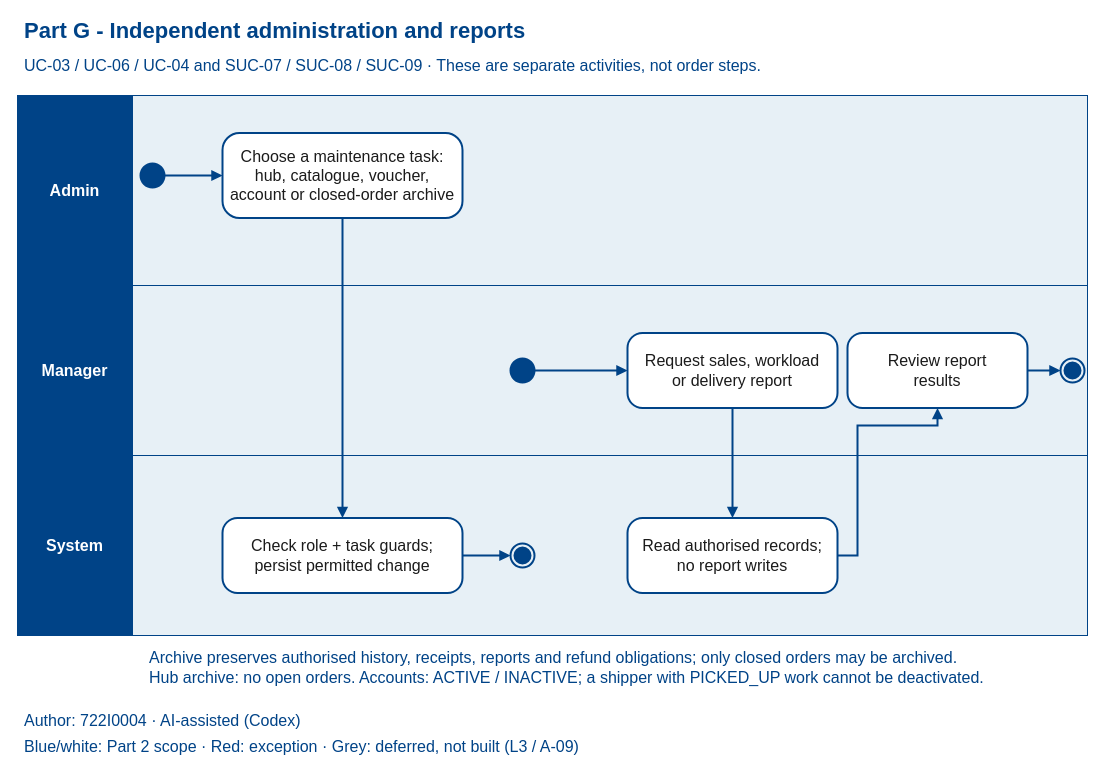
Before: page "Part G - Independent administration and reports" (8 of 8) of models/shared/swimlane_v2.drawio in Dat071104/SaigonBite, a draw.io diagram. Source tidied: cells renumbered, new cells numbered last; positions are measured from the earlier drawing's top-left corner, leaving out a move shared by most shapes. Both pictures are drawn from the tidied source at 100%, with x=0, y=0 at pixel (17, 17).
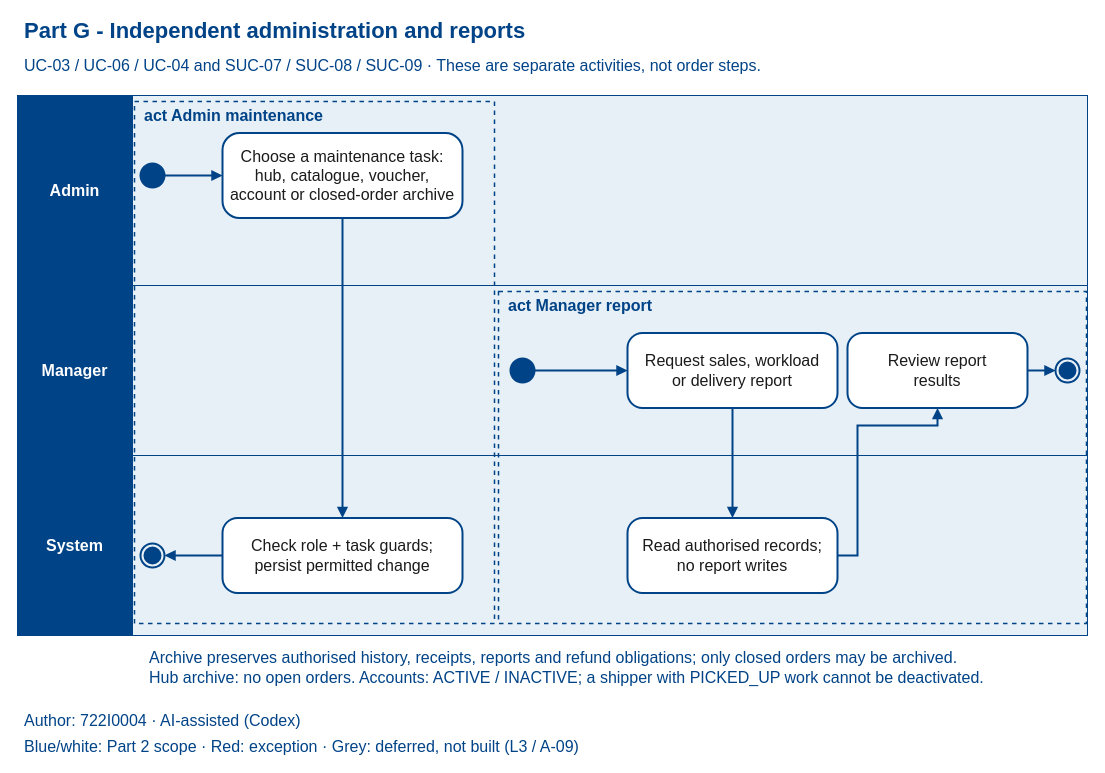
After the change.

The change refers to these unchanged cells:
```xml
<mxCell id="19" value="Check role + task guards;&#10;persist permitted change" style="rounded=1;arcSize=20;html=0;whiteSpace=wrap;fillColor=#FFFFFF;strokeColor=#004387;strokeWidth=2;fontSize=16;fontColor=#1B1B1B;" parent="1" vertex="1">
  <mxGeometry x="205" y="500.5" width="240" height="75" as="geometry" />
</mxCell>
```

Change to the diagram source:
```diff
@@
+    <mxCell id="30" style="rounded=0;fillColor=none;strokeColor=#004387;strokeWidth=1.5;dashed=1;" parent="1" vertex="1">
+      <mxGeometry x="117" y="84" width="360" height="522" as="geometry" />
+    </mxCell>
+    <mxCell id="31" value="act Admin maintenance" style="text;html=0;whiteSpace=wrap;align=left;verticalAlign=middle;strokeColor=none;fillColor=none;fontSize=16;fontColor=#004387;fontStyle=1;" parent="1" vertex="1">
+      <mxGeometry x="125" y="87" width="344" height="22" as="geometry" />
+    </mxCell>
+    <mxCell id="32" style="rounded=0;fillColor=none;strokeColor=#004387;strokeWidth=1.5;dashed=1;" parent="1" vertex="1">
+      <mxGeometry x="481" y="274" width="588" height="332" as="geometry" />
+    </mxCell>
+    <mxCell id="33" value="act Manager report" style="text;html=0;whiteSpace=wrap;align=left;verticalAlign=middle;strokeColor=none;fillColor=none;fontSize=16;fontColor=#004387;fontStyle=1;" parent="1" vertex="1">
+      <mxGeometry x="489" y="277" width="572" height="22" as="geometry" />
+    </mxCell>
@@
-    <mxCell id="12" style="edgeStyle=none;html=0;rounded=0;strokeColor=#004387;strokeWidth=2;endArrow=block;endFill=1;exitX=1;exitY=0.5;entryX=0;entryY=0.5;" parent="1" edge="1" source="19" target="20">
+    <mxCell id="12" style="edgeStyle=none;html=0;rounded=0;strokeColor=#004387;strokeWidth=2;endArrow=block;endFill=1;exitX=0;exitY=0.5;entryX=1;entryY=0.5;" parent="1" edge="1" source="19" target="20">
       <mxGeometry relative="1" as="geometry" />
     </mxCell>
@@
     <mxCell id="20" style="ellipse;shape=endState;html=0;whiteSpace=wrap;fillColor=#004387;strokeColor=#004387;strokeWidth=2;fontSize=16;fontColor=#1B1B1B;" parent="1" vertex="1">
-      <mxGeometry x="493" y="526" width="24" height="24" as="geometry" />
+      <mxGeometry x="123" y="526" width="24" height="24" as="geometry" />
     </mxCell>
@@
     <mxCell id="25" style="ellipse;shape=endState;html=0;whiteSpace=wrap;fillColor=#004387;strokeColor=#004387;strokeWidth=2;fontSize=16;fontColor=#1B1B1B;" parent="1" vertex="1">
-      <mxGeometry x="1043" y="341" width="24" height="24" as="geometry" />
+      <mxGeometry x="1038" y="341" width="24" height="24" as="geometry" />
     </mxCell>
```
